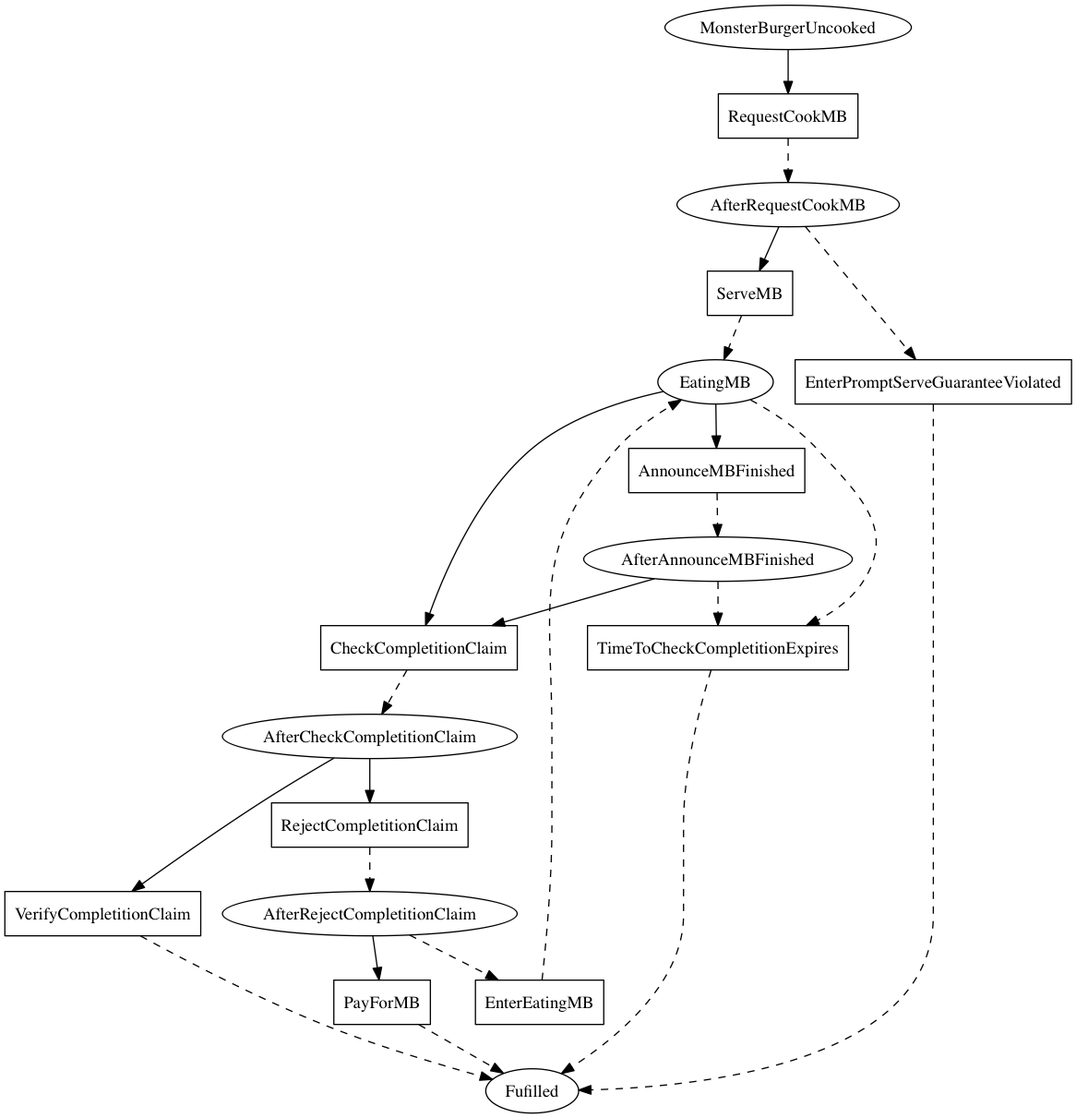
Marcao02/complaw-deeptech keeps this Graphviz diagram as linear_state_machine_language/pyL4/examples_graphviz_gen/toy_and_teaching/monster_burger_program_only.png. Above is the earlier version. Its source is kept beside it as linear_state_machine_language/pyL4/examples_graphviz_gen/toy_and_teaching/monster_burger_program_only.dot.
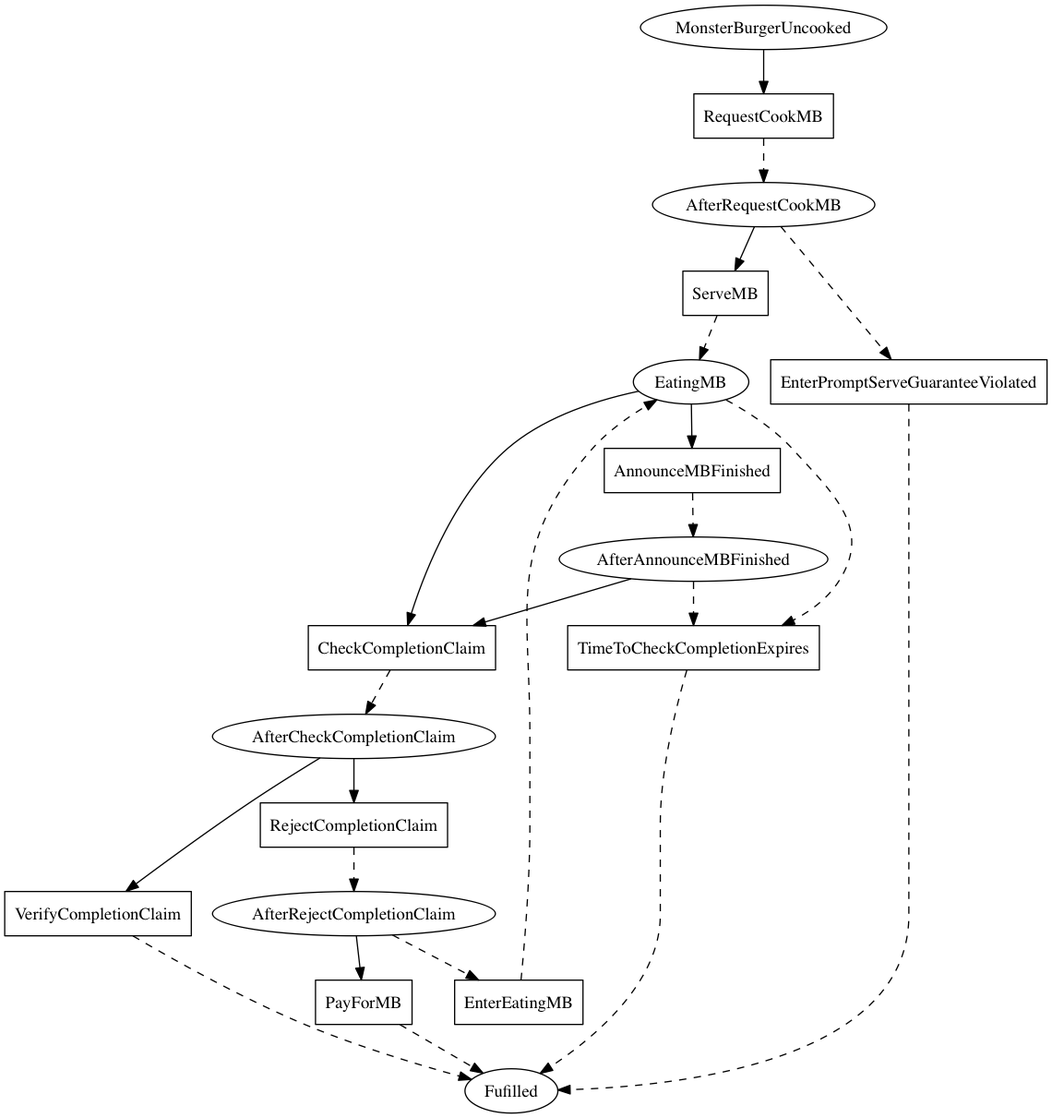
Above is the later version.

The edit, as a diff of the source:
```diff
@@ -5,8 +5,8 @@
 	AfterRequestCookMB[label=AfterRequestCookMB];
 	EatingMB[label=EatingMB];
 	AfterAnnounceMBFinished[label=AfterAnnounceMBFinished];
-	AfterCheckCompletitionClaim[label=AfterCheckCompletitionClaim];
-	AfterRejectCompletitionClaim[label=AfterRejectCompletitionClaim]
+	AfterCheckCompletionClaim[label=AfterCheckCompletionClaim];
+	AfterRejectCompletionClaim[label=AfterRejectCompletionClaim]
 
 
     RequestCookMB[label=RequestCookMB,shape=box];
@@ -14,11 +14,11 @@
 	EnterPromptServeGuaranteeViolated[label=EnterPromptServeGuaranteeViolated,shape=box];
 	EnterEatingMB[label=EnterEatingMB,shape=box];
 	AnnounceMBFinished[label=AnnounceMBFinished,shape=box];
-	TimeToCheckCompletitionExpires[label=TimeToCheckCompletitionExpires,shape=box];
-	CheckCompletitionClaim[label=CheckCompletitionClaim,shape=box];
-	RejectCompletitionClaim[label=RejectCompletitionClaim,shape=box];
+	TimeToCheckCompletionExpires[label=TimeToCheckCompletionExpires,shape=box];
+	CheckCompletionClaim[label=CheckCompletionClaim,shape=box];
+	RejectCompletionClaim[label=RejectCompletionClaim,shape=box];
 	PayForMB[label=PayForMB,shape=box];
-	VerifyCompletitionClaim[label=VerifyCompletitionClaim,shape=box]
+	VerifyCompletionClaim[label=VerifyCompletionClaim,shape=box]
 
 
 
@@ -26,23 +26,23 @@
 	AfterRequestCookMB -> ServeMB;
 	AfterRequestCookMB -> EnterPromptServeGuaranteeViolated [style=dashed];
 	EatingMB -> AnnounceMBFinished;
-	EatingMB -> CheckCompletitionClaim;
-	EatingMB -> TimeToCheckCompletitionExpires [style=dashed];
-	AfterAnnounceMBFinished -> CheckCompletitionClaim;
-	AfterAnnounceMBFinished -> TimeToCheckCompletitionExpires [style=dashed];
-	AfterCheckCompletitionClaim -> VerifyCompletitionClaim;
-	AfterCheckCompletitionClaim -> RejectCompletitionClaim;
-	AfterRejectCompletitionClaim -> EnterEatingMB [style=dashed];
-	AfterRejectCompletitionClaim -> PayForMB
+	EatingMB -> CheckCompletionClaim;
+	EatingMB -> TimeToCheckCompletionExpires [style=dashed];
+	AfterAnnounceMBFinished -> CheckCompletionClaim;
+	AfterAnnounceMBFinished -> TimeToCheckCompletionExpires [style=dashed];
+	AfterCheckCompletionClaim -> VerifyCompletionClaim;
+	AfterCheckCompletionClaim -> RejectCompletionClaim;
+	AfterRejectCompletionClaim -> EnterEatingMB [style=dashed];
+	AfterRejectCompletionClaim -> PayForMB
 
     RequestCookMB -> AfterRequestCookMB [style=dashed];
 	ServeMB -> EatingMB [style=dashed];
 	EnterPromptServeGuaranteeViolated -> Fulfilled [style=dashed];
 	EnterEatingMB -> EatingMB [style=dashed];
 	AnnounceMBFinished -> AfterAnnounceMBFinished [style=dashed];
-	TimeToCheckCompletitionExpires -> Fulfilled [style=dashed];
-	CheckCompletitionClaim -> AfterCheckCompletitionClaim [style=dashed];
-	RejectCompletitionClaim -> AfterRejectCompletitionClaim [style=dashed];
+	TimeToCheckCompletionExpires -> Fulfilled [style=dashed];
+	CheckCompletionClaim -> AfterCheckCompletionClaim [style=dashed];
+	RejectCompletionClaim -> AfterRejectCompletionClaim [style=dashed];
 	PayForMB -> Fulfilled [style=dashed];
-	VerifyCompletitionClaim -> Fulfilled [style=dashed]
+	VerifyCompletionClaim -> Fulfilled [style=dashed]
 }
```
